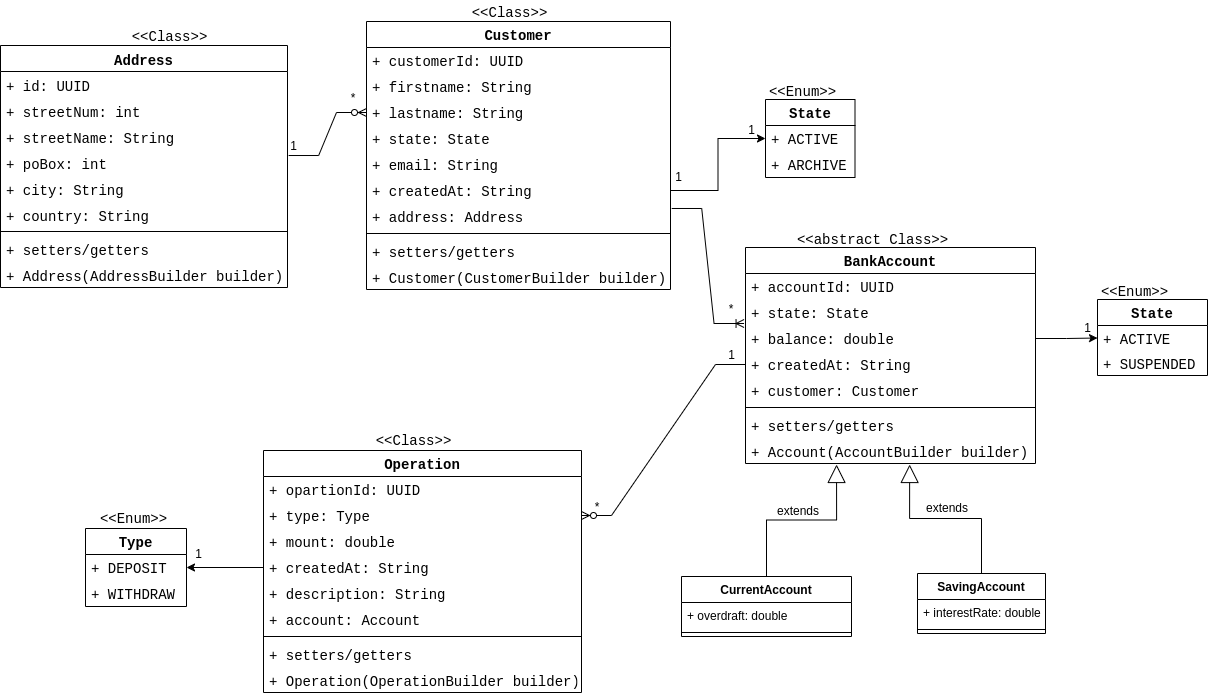
This is assets/exalt-bank-account-conception.png from placidenduwayo1/exalt-kata-fullstak-bank-account-application, a draw.io export, as it was before one commit. Source tidied: cells renumbered, new cells last; positions are measured from the earlier drawing's top-left corner, leaving out a move shared by most shapes.
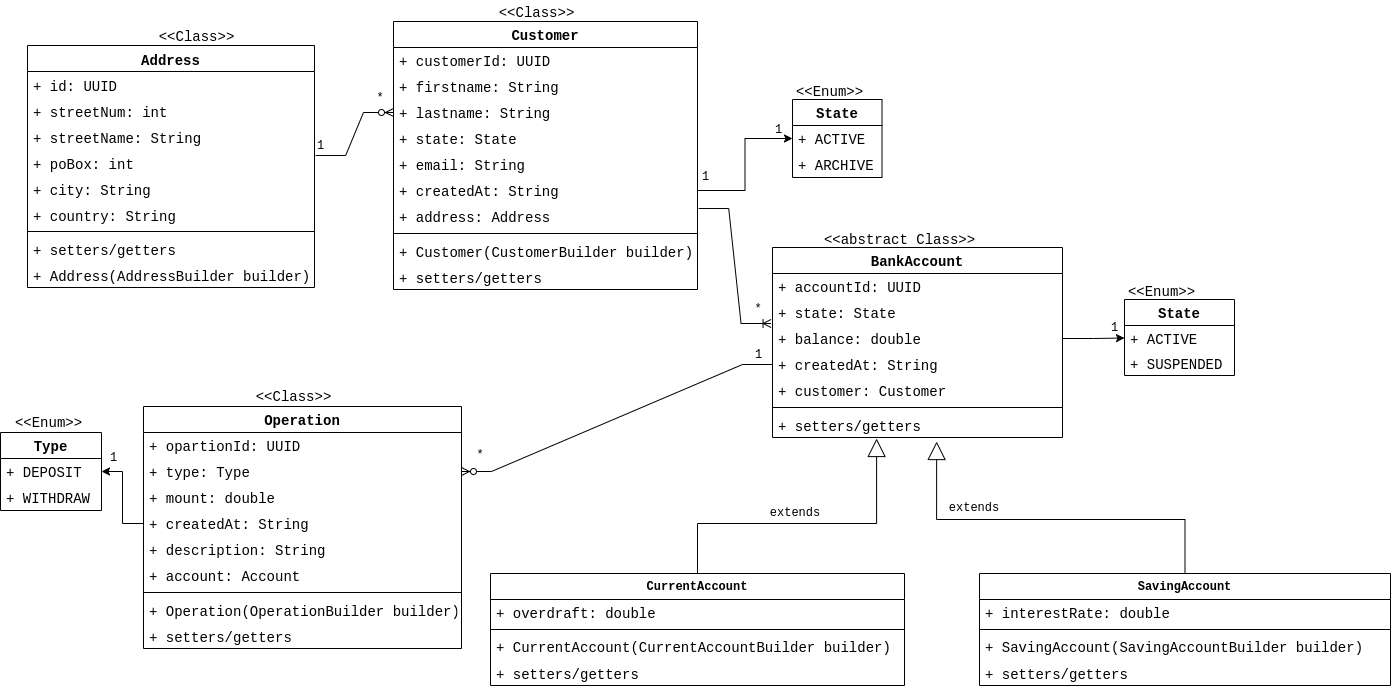
After the change.

Commit message:
implement feature: transfer between 2 bank accounts

The edit, as a diff of the source:
```diff
@@ -29,12 +29,12 @@
     <mxCell id="10" style="line;strokeWidth=1;fillColor=none;align=left;verticalAlign=middle;spacingTop=-1;spacingLeft=3;spacingRight=3;labelPosition=right;strokeColor=inherit;fontSize=14;fontFamily=Courier New;" parent="2" vertex="1">
       <mxGeometry y="208" width="304" height="8" as="geometry" />
     </mxCell>
+    <mxCell id="12" value="+ Customer(CustomerBuilder builder)" style="text;strokeColor=none;fillColor=none;align=left;verticalAlign=top;spacingLeft=4;spacingRight=4;overflow=hidden;fontSize=14;fontFamily=Courier New;" parent="2" vertex="1">
+      <mxGeometry y="216" width="304" height="26" as="geometry" />
+    </mxCell>
     <mxCell id="11" value="+ setters/getters" style="text;strokeColor=none;fillColor=none;align=left;verticalAlign=top;spacingLeft=4;spacingRight=4;overflow=hidden;fontSize=14;fontFamily=Courier New;" parent="2" vertex="1">
-      <mxGeometry y="216" width="304" height="26" as="geometry" />
+      <mxGeometry y="242" width="304" height="26" as="geometry" />
     </mxCell>
-    <mxCell id="12" value="+ Customer(CustomerBuilder builder)" style="text;strokeColor=none;fillColor=none;align=left;verticalAlign=top;spacingLeft=4;spacingRight=4;overflow=hidden;fontSize=14;fontFamily=Courier New;" parent="2" vertex="1">
-      <mxGeometry y="242" width="304" height="26" as="geometry" />
-    </mxCell>
     <mxCell id="13" value="Address" style="swimlane;fontStyle=1;align=center;verticalAlign=top;horizontal=1;startSize=26;fontSize=14;fontFamily=Courier New;" parent="1" vertex="1">
       <mxGeometry y="45" width="287" height="242" as="geometry" />
     </mxCell>
@@ -72,7 +72,7 @@
       <mxGeometry x="468.5" width="80" height="26" as="geometry" />
     </mxCell>
     <mxCell id="25" value="BankAccount" style="swimlane;fontStyle=1;align=center;verticalAlign=top;horizontal=1;startSize=26;whiteSpace=wrap;html=1;fontSize=14;fontFamily=Courier New;" parent="1" vertex="1">
-      <mxGeometry x="745" y="247" width="290" height="216" as="geometry" />
+      <mxGeometry x="745" y="247" width="290" height="190" as="geometry" />
     </mxCell>
     <mxCell id="26" value="+ accountId: UUID" style="text;strokeColor=none;fillColor=none;align=left;verticalAlign=top;spacingLeft=4;spacingRight=4;overflow=hidden;whiteSpace=wrap;html=1;fontSize=14;fontFamily=Courier New;" parent="25" vertex="1">
       <mxGeometry y="26" width="290" height="26" as="geometry" />
@@ -95,11 +95,8 @@
     <mxCell id="32" value="+ setters/getters" style="text;strokeColor=none;fillColor=none;align=left;verticalAlign=top;spacingLeft=4;spacingRight=4;overflow=hidden;points=[[0,0.5],[1,0.5]];portConstraint=eastwest;fontSize=14;fontFamily=Courier New;" parent="25" vertex="1">
       <mxGeometry y="164" width="290" height="26" as="geometry" />
     </mxCell>
-    <mxCell id="33" value="+ Account(AccountBuilder builder)" style="text;strokeColor=none;fillColor=none;align=left;verticalAlign=top;spacingLeft=4;spacingRight=4;overflow=hidden;points=[[0,0.5],[1,0.5]];portConstraint=eastwest;fontSize=14;fontFamily=Courier New;" parent="25" vertex="1">
-      <mxGeometry y="190" width="290" height="26" as="geometry" />
-    </mxCell>
     <mxCell id="34" value="Operation" style="swimlane;fontStyle=1;align=center;verticalAlign=top;horizontal=1;startSize=26;whiteSpace=wrap;html=1;fontSize=14;fontFamily=Courier New;" parent="1" vertex="1">
-      <mxGeometry x="263" y="450" width="318" height="242" as="geometry" />
+      <mxGeometry x="116" y="406" width="318" height="242" as="geometry" />
     </mxCell>
     <mxCell id="35" value="+ opartionId: UUID" style="text;strokeColor=none;fillColor=none;align=left;verticalAlign=top;spacingLeft=4;spacingRight=4;overflow=hidden;whiteSpace=wrap;html=1;fontSize=14;fontFamily=Courier New;" parent="34" vertex="1">
       <mxGeometry y="26" width="318" height="26" as="geometry" />
@@ -122,17 +119,17 @@
     <mxCell id="41" style="line;strokeWidth=1;fillColor=none;align=left;verticalAlign=middle;spacingTop=-1;spacingLeft=3;spacingRight=3;labelPosition=right;strokeColor=inherit;fontSize=14;fontFamily=Courier New;" parent="34" vertex="1">
       <mxGeometry y="182" width="318" height="8" as="geometry" />
     </mxCell>
+    <mxCell id="43" value="+ Operation(OperationBuilder builder)" style="text;strokeColor=none;fillColor=none;align=left;verticalAlign=top;spacingLeft=4;spacingRight=4;overflow=hidden;fontSize=14;fontFamily=Courier New;" parent="34" vertex="1">
+      <mxGeometry y="190" width="318" height="26" as="geometry" />
+    </mxCell>
     <mxCell id="42" value="+ setters/getters" style="text;strokeColor=none;fillColor=none;align=left;verticalAlign=top;spacingLeft=4;spacingRight=4;overflow=hidden;fontSize=14;fontFamily=Courier New;" parent="34" vertex="1">
-      <mxGeometry y="190" width="318" height="26" as="geometry" />
+      <mxGeometry y="216" width="318" height="26" as="geometry" />
     </mxCell>
-    <mxCell id="43" value="+ Operation(OperationBuilder builder)" style="text;strokeColor=none;fillColor=none;align=left;verticalAlign=top;spacingLeft=4;spacingRight=4;overflow=hidden;fontSize=14;fontFamily=Courier New;" parent="34" vertex="1">
-      <mxGeometry y="216" width="318" height="26" as="geometry" />
-    </mxCell>
     <mxCell id="44" value="&amp;lt;&amp;lt;abstract Class&amp;gt;&amp;gt;" style="text;align=center;fontStyle=0;verticalAlign=middle;spacingLeft=3;spacingRight=3;strokeColor=none;html=1;fontSize=14;fontFamily=Courier New;" parent="1" vertex="1">
       <mxGeometry x="832" y="227" width="80" height="26" as="geometry" />
     </mxCell>
     <mxCell id="45" value="&amp;lt;&amp;lt;Class&amp;gt;&amp;gt;" style="text;align=center;fontStyle=0;verticalAlign=middle;spacingLeft=3;spacingRight=3;strokeColor=none;html=1;fontSize=14;fontFamily=Courier New;" parent="1" vertex="1">
-      <mxGeometry x="373" y="428" width="80" height="26" as="geometry" />
+      <mxGeometry x="226" y="384" width="80" height="26" as="geometry" />
     </mxCell>
     <mxCell id="46" value="State" style="swimlane;fontStyle=1;align=center;verticalAlign=top;horizontal=1;startSize=26;whiteSpace=wrap;html=1;fontSize=14;fontFamily=Courier New;" parent="1" vertex="1">
       <mxGeometry x="765" y="99" width="89.5" height="78" as="geometry" />
@@ -156,7 +153,7 @@
       <mxGeometry relative="1" as="geometry" />
     </mxCell>
     <mxCell id="53" value="Type" style="swimlane;fontStyle=1;align=center;verticalAlign=top;horizontal=1;startSize=26;whiteSpace=wrap;html=1;fontSize=14;fontFamily=Courier New;" parent="1" vertex="1">
-      <mxGeometry x="85" y="528" width="101" height="78" as="geometry" />
+      <mxGeometry x="-27" y="432" width="101" height="78" as="geometry" />
     </mxCell>
     <mxCell id="54" value="+ DEPOSIT" style="text;strokeColor=none;fillColor=none;align=left;verticalAlign=top;spacingLeft=4;spacingRight=4;overflow=hidden;points=[[0,0.5],[1,0.5]];portConstraint=eastwest;whiteSpace=wrap;html=1;fontSize=14;fontFamily=Courier New;" parent="53" vertex="1">
       <mxGeometry y="26" width="101" height="26" as="geometry" />
@@ -165,7 +162,7 @@
       <mxGeometry y="52" width="101" height="26" as="geometry" />
     </mxCell>
     <mxCell id="56" value="&amp;lt;&amp;lt;Enum&amp;gt;&amp;gt;" style="text;align=center;fontStyle=0;verticalAlign=middle;spacingLeft=3;spacingRight=3;strokeColor=none;html=1;fontSize=14;fontFamily=Courier New;" parent="1" vertex="1">
-      <mxGeometry x="93" y="506" width="80" height="26" as="geometry" />
+      <mxGeometry x="-19" y="410" width="80" height="26" as="geometry" />
     </mxCell>
     <mxCell id="57" style="edgeStyle=orthogonalEdgeStyle;rounded=0;jettySize=auto;html=1;exitX=0;exitY=0.5;exitDx=0;exitDy=0;entryX=1;entryY=0.5;entryDx=0;entryDy=0;fontSize=14;fontFamily=Courier New;" parent="1" edge="1" source="38" target="54">
       <mxGeometry relative="1" as="geometry" />
@@ -173,29 +170,51 @@
     <mxCell id="58" style="edgeStyle=entityRelationEdgeStyle;fontSize=14;html=1;endArrow=ERzeroToMany;endFill=1;rounded=0;entryX=0;entryY=0.5;entryDx=0;entryDy=0;fontFamily=Courier New;exitX=1.004;exitY=0.231;exitDx=0;exitDy=0;exitPerimeter=0;" parent="1" edge="1" source="17" target="5">
       <mxGeometry relative="1" as="geometry" />
     </mxCell>
-    <mxCell id="59" value="CurrentAccount" style="swimlane;fontStyle=1;align=center;verticalAlign=top;horizontal=1;startSize=26;whiteSpace=wrap;html=1;" parent="1" vertex="1">
-      <mxGeometry x="681" y="576" width="170" height="60" as="geometry" />
+    <mxCell id="59" value="CurrentAccount" style="swimlane;fontStyle=1;align=center;verticalAlign=top;horizontal=1;startSize=26;whiteSpace=wrap;html=1;fontFamily=Courier New;" parent="1" vertex="1">
+      <mxGeometry x="463" y="573" width="414" height="112" as="geometry" />
     </mxCell>
-    <mxCell id="60" value="+ overdraft: double" style="text;strokeColor=none;fillColor=none;align=left;verticalAlign=top;spacingLeft=4;spacingRight=4;overflow=hidden;whiteSpace=wrap;html=1;" parent="59" vertex="1">
-      <mxGeometry y="26" width="170" height="26" as="geometry" />
+    <mxCell id="60" value="+ overdraft: double" style="text;strokeColor=none;fillColor=none;align=left;verticalAlign=top;spacingLeft=4;spacingRight=4;overflow=hidden;whiteSpace=wrap;html=1;fontFamily=Courier New;fontSize=14;" parent="59" vertex="1">
+      <mxGeometry y="26" width="414" height="26" as="geometry" />
     </mxCell>
-    <mxCell id="61" style="line;strokeWidth=1;fillColor=none;align=left;verticalAlign=middle;spacingTop=-1;spacingLeft=3;spacingRight=3;labelPosition=right;strokeColor=inherit;" parent="59" vertex="1">
-      <mxGeometry y="52" width="170" height="8" as="geometry" />
+    <mxCell id="61" style="line;strokeWidth=1;fillColor=none;align=left;verticalAlign=middle;spacingTop=-1;spacingLeft=3;spacingRight=3;labelPosition=right;strokeColor=inherit;fontFamily=Courier New;" parent="59" vertex="1">
+      <mxGeometry y="52" width="414" height="8" as="geometry" />
     </mxCell>
+    <mxCell id="83" value="&lt;font style=&quot;font-size: 14px;&quot;&gt;+ CurrentAccount(CurrentAccountBuilder builder)&lt;/font&gt;" style="text;strokeColor=none;fillColor=none;align=left;verticalAlign=top;spacingLeft=4;spacingRight=4;overflow=hidden;whiteSpace=wrap;html=1;fontFamily=Courier New;" parent="59" vertex="1">
+      <mxGeometry y="60" width="414" height="26" as="geometry" />
+    </mxCell>
+    <mxCell id="84" value="+ setters/getters" style="text;strokeColor=none;fillColor=none;align=left;verticalAlign=top;spacingLeft=4;spacingRight=4;overflow=hidden;fontSize=14;fontFamily=Courier New;" parent="59" vertex="1">
+      <mxGeometry y="86" width="414" height="26" as="geometry" />
+    </mxCell>
-    <mxCell id="62" value="SavingAccount" style="swimlane;fontStyle=1;align=center;verticalAlign=top;horizontal=1;startSize=26;whiteSpace=wrap;html=1;" parent="1" vertex="1">
-      <mxGeometry x="917" y="573" width="128" height="60" as="geometry" />
+    <mxCell id="62" value="SavingAccount" style="swimlane;fontStyle=1;align=center;verticalAlign=top;horizontal=1;startSize=26;whiteSpace=wrap;html=1;fontFamily=Courier New;" parent="1" vertex="1">
+      <mxGeometry x="952" y="573" width="411" height="112" as="geometry" />
     </mxCell>
-    <mxCell id="63" value="+ interestRate: double" style="text;strokeColor=none;fillColor=none;align=left;verticalAlign=top;spacingLeft=4;spacingRight=4;overflow=hidden;whiteSpace=wrap;html=1;" parent="62" vertex="1">
-      <mxGeometry y="26" width="128" height="26" as="geometry" />
+    <mxCell id="63" value="+ interestRate: double" style="text;strokeColor=none;fillColor=none;align=left;verticalAlign=top;spacingLeft=4;spacingRight=4;overflow=hidden;whiteSpace=wrap;html=1;fontFamily=Courier New;fontSize=14;" parent="62" vertex="1">
+      <mxGeometry y="26" width="411" height="26" as="geometry" />
     </mxCell>
-    <mxCell id="64" style="line;strokeWidth=1;fillColor=none;align=left;verticalAlign=middle;spacingTop=-1;spacingLeft=3;spacingRight=3;labelPosition=right;strokeColor=inherit;" parent="62" vertex="1">
-      <mxGeometry y="52" width="128" height="8" as="geometry" />
+    <mxCell id="64" style="line;strokeWidth=1;fillColor=none;align=left;verticalAlign=middle;spacingTop=-1;spacingLeft=3;spacingRight=3;labelPosition=right;strokeColor=inherit;fontFamily=Courier New;" parent="62" vertex="1">
+      <mxGeometry y="52" width="411" height="8" as="geometry" />
     </mxCell>
+    <mxCell id="85" value="&lt;font style=&quot;font-size: 14px;&quot;&gt;+ SavingAccount(SavingAccountBuilder builder)&lt;/font&gt;" style="text;strokeColor=none;fillColor=none;align=left;verticalAlign=top;spacingLeft=4;spacingRight=4;overflow=hidden;whiteSpace=wrap;html=1;fontFamily=Courier New;" parent="62" vertex="1">
+      <mxGeometry y="60" width="411" height="26" as="geometry" />
+    </mxCell>
+    <mxCell id="86" value="+ setters/getters" style="text;strokeColor=none;fillColor=none;align=left;verticalAlign=top;spacingLeft=4;spacingRight=4;overflow=hidden;fontSize=14;fontFamily=Courier New;" parent="62" vertex="1">
+      <mxGeometry y="86" width="411" height="26" as="geometry" />
+    </mxCell>
-    <mxCell id="65" style="endArrow=block;endSize=16;endFill=0;html=1;rounded=0;exitX=0.5;exitY=0;exitDx=0;exitDy=0;entryX=0.314;entryY=1.038;entryDx=0;entryDy=0;entryPerimeter=0;labelPosition=left;verticalLabelPosition=middle;align=right;verticalAlign=middle;edgeStyle=orthogonalEdgeStyle;" parent="1" edge="1" source="59" target="33">
-      <mxGeometry x="-0.09" y="3" relative="1" as="geometry" />
+    <mxCell id="65" style="endArrow=block;endSize=16;endFill=0;html=1;rounded=0;exitX=0.5;exitY=0;exitDx=0;exitDy=0;entryX=0.359;entryY=1.038;entryDx=0;entryDy=0;entryPerimeter=0;labelPosition=left;verticalLabelPosition=middle;align=right;verticalAlign=middle;edgeStyle=orthogonalEdgeStyle;fontFamily=Courier New;" parent="1" edge="1" source="59" target="32">
+      <mxGeometry x="-0.09" y="3" relative="1" as="geometry">
+        <Array as="points">
+          <mxPoint x="670" y="523" />
+          <mxPoint x="849" y="523" />
+        </Array>
+      </mxGeometry>
     </mxCell>
-    <mxCell id="66" style="endArrow=block;endSize=16;endFill=0;html=1;rounded=0;exitX=0.5;exitY=0;exitDx=0;exitDy=0;entryX=0.566;entryY=1.038;entryDx=0;entryDy=0;entryPerimeter=0;labelPosition=right;verticalLabelPosition=middle;align=left;verticalAlign=middle;edgeStyle=orthogonalEdgeStyle;" parent="1" edge="1" source="62" target="33">
-      <mxGeometry relative="1" as="geometry" />
+    <mxCell id="66" style="endArrow=block;endSize=16;endFill=0;html=1;rounded=0;exitX=0.5;exitY=0;exitDx=0;exitDy=0;entryX=0.566;entryY=1.154;entryDx=0;entryDy=0;entryPerimeter=0;labelPosition=right;verticalLabelPosition=middle;align=left;verticalAlign=middle;edgeStyle=orthogonalEdgeStyle;fontFamily=Courier New;" parent="1" edge="1" source="62" target="32">
+      <mxGeometry relative="1" as="geometry">
+        <Array as="points">
+          <mxPoint x="1158" y="519" />
+          <mxPoint x="909" y="519" />
+        </Array>
+      </mxGeometry>
     </mxCell>
     <mxCell id="67" value="State" style="swimlane;fontStyle=1;align=center;verticalAlign=top;horizontal=1;startSize=26;whiteSpace=wrap;html=1;fontSize=14;fontFamily=Courier New;" parent="1" vertex="1">
       <mxGeometry x="1097" y="299" width="110" height="76" as="geometry" />
@@ -209,41 +228,41 @@
     <mxCell id="70" value="&amp;lt;&amp;lt;Enum&amp;gt;&amp;gt;" style="text;align=center;fontStyle=0;verticalAlign=middle;spacingLeft=3;spacingRight=3;strokeColor=none;html=1;fontSize=14;fontFamily=Courier New;" parent="1" vertex="1">
       <mxGeometry x="1094" y="280" width="80" height="23" as="geometry" />
     </mxCell>
-    <mxCell id="71" style="edgeStyle=orthogonalEdgeStyle;rounded=0;jettySize=auto;html=1;exitX=1;exitY=0.5;exitDx=0;exitDy=0;entryX=0;entryY=0.5;entryDx=0;entryDy=0;" parent="1" edge="1" source="28" target="68">
+    <mxCell id="71" style="edgeStyle=orthogonalEdgeStyle;rounded=0;jettySize=auto;html=1;exitX=1;exitY=0.5;exitDx=0;exitDy=0;entryX=0;entryY=0.5;entryDx=0;entryDy=0;fontFamily=Courier New;" parent="1" edge="1" source="28" target="68">
       <mxGeometry relative="1" as="geometry" />
     </mxCell>
-    <mxCell id="72" value="*" style="text;html=1;align=center;verticalAlign=middle;whiteSpace=wrap;rounded=0;" parent="1" vertex="1">
+    <mxCell id="72" value="*" style="text;html=1;align=center;verticalAlign=middle;whiteSpace=wrap;rounded=0;fontFamily=Courier New;" parent="1" vertex="1">
       <mxGeometry x="346" y="92" width="14" height="11" as="geometry" />
     </mxCell>
-    <mxCell id="73" value="1" style="text;html=1;align=center;verticalAlign=middle;whiteSpace=wrap;rounded=0;" parent="1" vertex="1">
+    <mxCell id="73" value="1" style="text;html=1;align=center;verticalAlign=middle;whiteSpace=wrap;rounded=0;fontFamily=Courier New;" parent="1" vertex="1">
       <mxGeometry x="283" y="135" width="21" height="21" as="geometry" />
     </mxCell>
-    <mxCell id="74" value="*" style="text;html=1;align=center;verticalAlign=middle;whiteSpace=wrap;rounded=0;" parent="1" vertex="1">
+    <mxCell id="74" value="*" style="text;html=1;align=center;verticalAlign=middle;whiteSpace=wrap;rounded=0;fontFamily=Courier New;" parent="1" vertex="1">
       <mxGeometry x="724" y="303" width="14" height="11" as="geometry" />
     </mxCell>
-    <mxCell id="75" value="1" style="text;html=1;align=center;verticalAlign=middle;whiteSpace=wrap;rounded=0;" parent="1" vertex="1">
+    <mxCell id="75" value="1" style="text;html=1;align=center;verticalAlign=middle;whiteSpace=wrap;rounded=0;fontFamily=Courier New;" parent="1" vertex="1">
       <mxGeometry x="668" y="166" width="21" height="21" as="geometry" />
     </mxCell>
-    <mxCell id="76" value="*" style="text;html=1;align=center;verticalAlign=middle;whiteSpace=wrap;rounded=0;" parent="1" vertex="1">
-      <mxGeometry x="590" y="501" width="14" height="11" as="geometry" />
+    <mxCell id="76" value="*" style="text;html=1;align=center;verticalAlign=middle;whiteSpace=wrap;rounded=0;fontFamily=Courier New;" parent="1" vertex="1">
+      <mxGeometry x="446" y="449" width="14" height="11" as="geometry" />
     </mxCell>
-    <mxCell id="77" value="1" style="text;html=1;align=center;verticalAlign=middle;whiteSpace=wrap;rounded=0;" parent="1" vertex="1">
+    <mxCell id="77" value="1" style="text;html=1;align=center;verticalAlign=middle;whiteSpace=wrap;rounded=0;fontFamily=Courier New;" parent="1" vertex="1">
       <mxGeometry x="720.5" y="344.5" width="21" height="21" as="geometry" />
     </mxCell>
-    <mxCell id="78" value="extends" style="text;html=1;align=center;verticalAlign=middle;whiteSpace=wrap;rounded=0;" parent="1" vertex="1">
-      <mxGeometry x="768" y="496" width="60" height="30" as="geometry" />
+    <mxCell id="78" value="extends" style="text;html=1;align=center;verticalAlign=middle;whiteSpace=wrap;rounded=0;fontFamily=Courier New;" parent="1" vertex="1">
+      <mxGeometry x="738" y="498" width="60" height="30" as="geometry" />
     </mxCell>
-    <mxCell id="79" value="extends" style="text;html=1;align=center;verticalAlign=middle;whiteSpace=wrap;rounded=0;" parent="1" vertex="1">
+    <mxCell id="79" value="extends" style="text;html=1;align=center;verticalAlign=middle;whiteSpace=wrap;rounded=0;fontFamily=Courier New;" parent="1" vertex="1">
       <mxGeometry x="917" y="493" width="60" height="30" as="geometry" />
     </mxCell>
-    <mxCell id="80" value="1" style="text;html=1;align=center;verticalAlign=middle;whiteSpace=wrap;rounded=0;" parent="1" vertex="1">
+    <mxCell id="80" value="1" style="text;html=1;align=center;verticalAlign=middle;whiteSpace=wrap;rounded=0;fontFamily=Courier New;" parent="1" vertex="1">
       <mxGeometry x="1077" y="317" width="21" height="21" as="geometry" />
     </mxCell>
-    <mxCell id="81" value="1" style="text;html=1;align=center;verticalAlign=middle;whiteSpace=wrap;rounded=0;" parent="1" vertex="1">
+    <mxCell id="81" value="1" style="text;html=1;align=center;verticalAlign=middle;whiteSpace=wrap;rounded=0;fontFamily=Courier New;" parent="1" vertex="1">
       <mxGeometry x="741" y="119" width="21" height="21" as="geometry" />
     </mxCell>
-    <mxCell id="82" value="1" style="text;html=1;align=center;verticalAlign=middle;whiteSpace=wrap;rounded=0;" parent="1" vertex="1">
-      <mxGeometry x="188" y="543" width="21" height="21" as="geometry" />
+    <mxCell id="82" value="1" style="text;html=1;align=center;verticalAlign=middle;whiteSpace=wrap;rounded=0;fontFamily=Courier New;" parent="1" vertex="1">
+      <mxGeometry x="76" y="447" width="21" height="21" as="geometry" />
     </mxCell>
   </root>
 </mxGraphModel>
```
